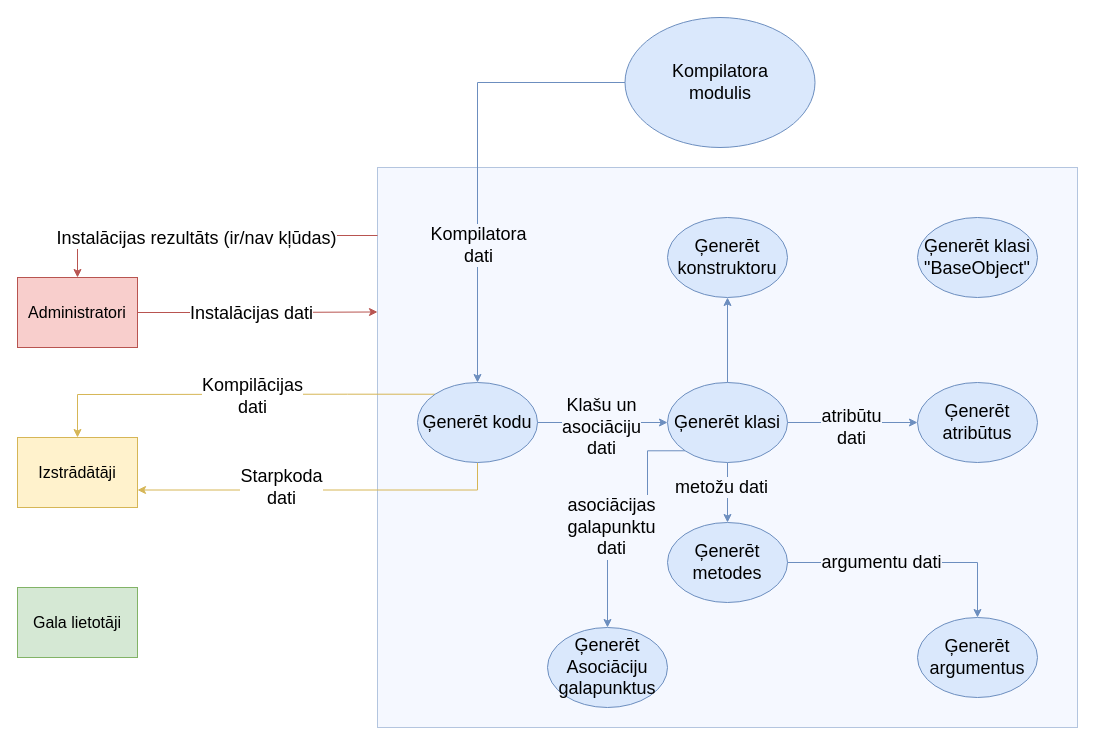
Before: page "Ģenerators" (5 of 9) of src/Kvalifikacijas darbs/Diagrammas/DPD.drawio in artiks12/webAppOS, a draw.io diagram. Source tidied: cells renumbered, new cells numbered last; positions are measured from the earlier drawing's top-left corner, leaving out a move shared by most shapes. Both pictures are drawn from the tidied source at 100%, with x=0, y=0 at pixel (17, 17).
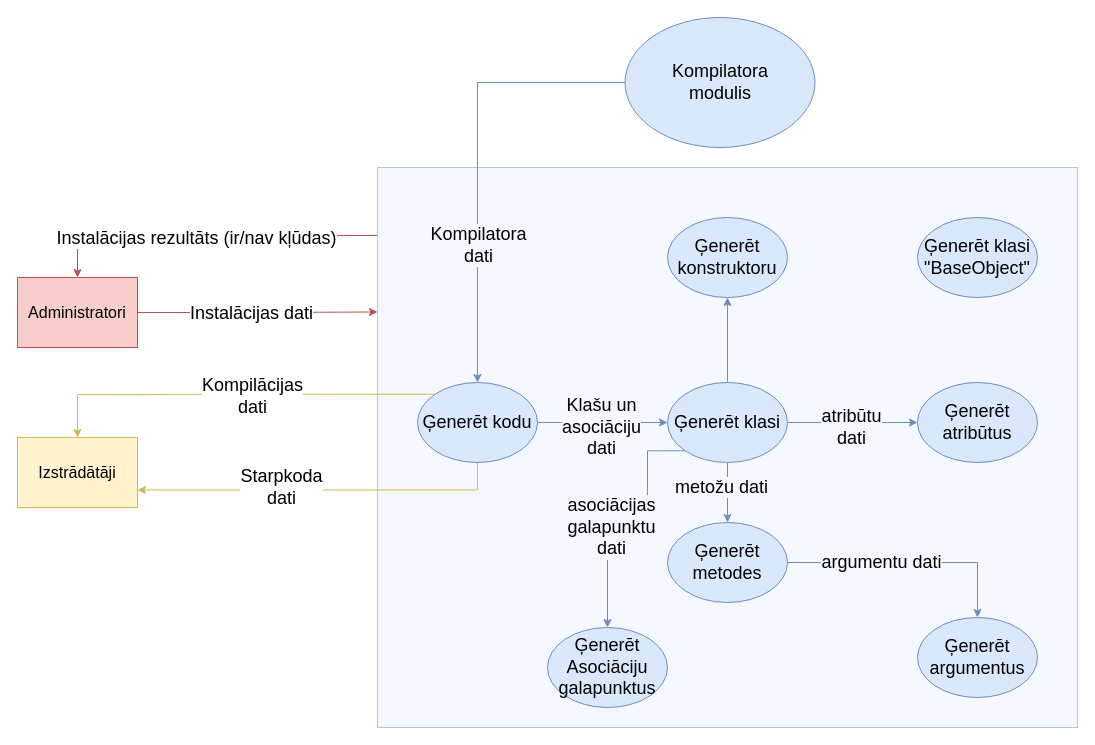
The same page after the edit.

Diff of the diagram source:
```diff
@@
-    <mxCell id="20" value="&lt;font size=&quot;3&quot;&gt;Gala lietotāji&lt;/font&gt;" style="rounded=0;whiteSpace=wrap;html=1;fillColor=#d5e8d4;strokeColor=#82b366;" parent="1" vertex="1">
-      <mxGeometry y="570" width="120" height="70" as="geometry" />
-    </mxCell>
```
